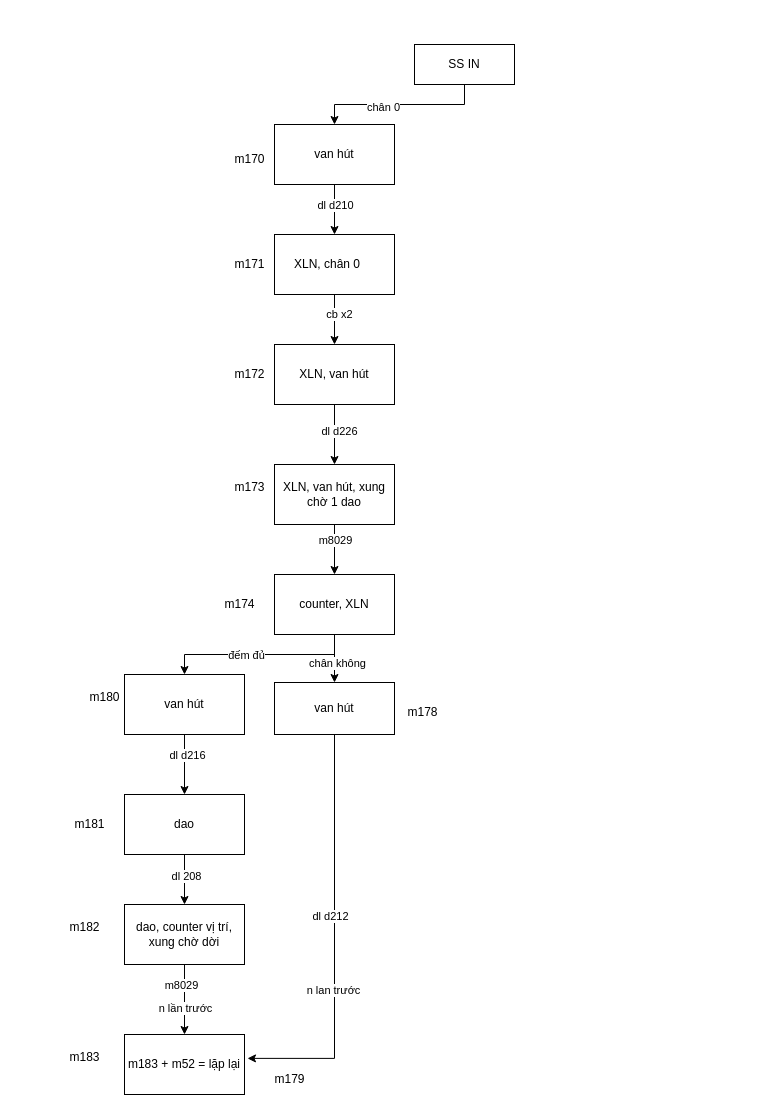
Earlier version of the draw.io diagram 1 dao.drawio (robowindgit/a0-quyencun). Source tidied: cells renumbered, new cells numbered last; positions are measured from the earlier drawing's top-left corner, leaving out a move shared by most shapes. Both pictures are drawn from the tidied source at 100%, with x=0, y=0 at pixel (59, 44).
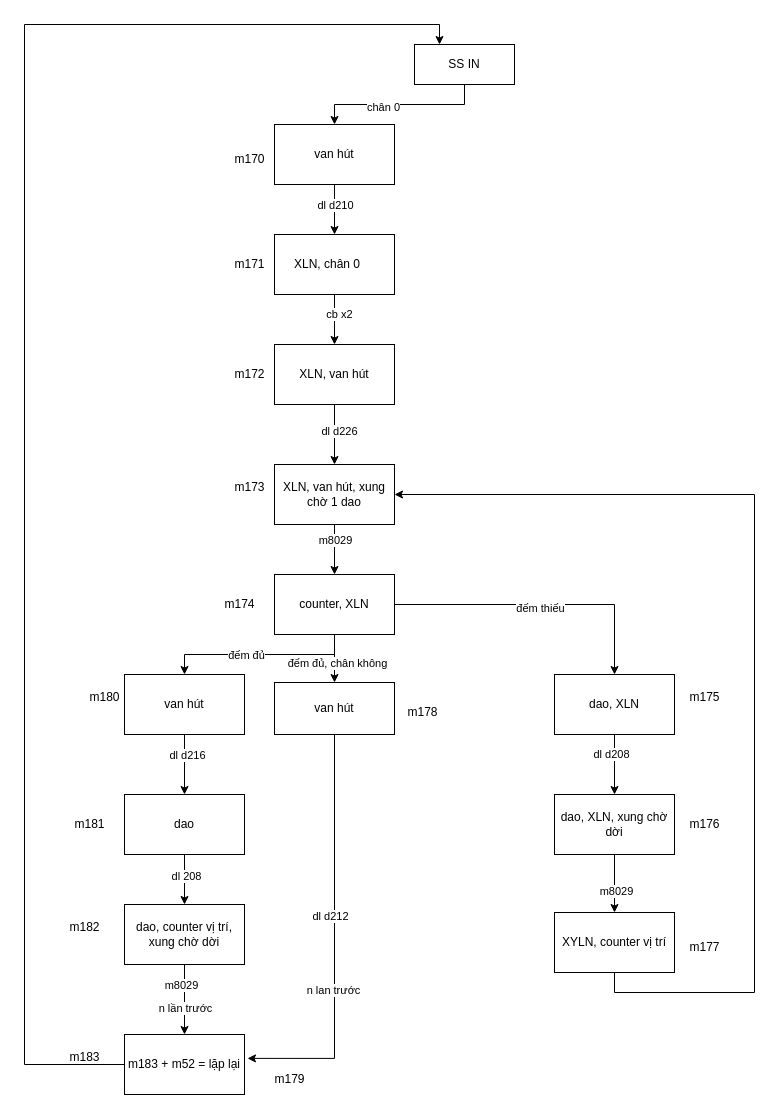
The same diagram, later.

Commit message (it also covers changes not shown here):
Cập nhật 1 dao.drawio

Unchanged cells that the change refers to:
```xml
<mxCell id="4" value="SS IN" style="whiteSpace=wrap;html=1;" parent="1" vertex="1">
  <mxGeometry x="355" width="100" height="40" as="geometry" />
</mxCell>
<mxCell id="19" value="XLN, van hút, xung chờ 1 dao" style="whiteSpace=wrap;html=1;" parent="1" vertex="1">
  <mxGeometry x="215" y="420" width="120" height="60" as="geometry" />
</mxCell>
<mxCell id="23" style="edgeStyle=orthogonalEdgeStyle;rounded=0;jettySize=auto;html=1;exitX=0.5;exitY=1;exitDx=0;exitDy=0;" parent="1" edge="1" source="25" target="45">
  <mxGeometry relative="1" as="geometry" />
</mxCell>
<mxCell id="25" value="counter, XLN" style="whiteSpace=wrap;html=1;" parent="1" vertex="1">
  <mxGeometry x="215" y="530" width="120" height="60" as="geometry" />
</mxCell>
<mxCell id="40" value="m183 + m52 = lặp lại" style="whiteSpace=wrap;html=1;" parent="1" vertex="1">
  <mxGeometry x="65" y="990" width="120" height="60" as="geometry" />
</mxCell>
```

The edit, as a diff of the source:
```diff
@@
-    <mxCell id="24" value="chân không" style="edgeLabel;html=1;align=center;verticalAlign=middle;" parent="23" vertex="1">
+    <mxCell id="24" value="đếm đủ, chân không" style="edgeLabel;html=1;align=center;verticalAlign=middle;" parent="23" vertex="1">
       <mxGeometry x="0.16" y="2" relative="1" as="geometry" />
     </mxCell>
+    <mxCell id="48" style="edgeStyle=orthogonalEdgeStyle;rounded=0;jettySize=auto;html=1;exitX=1;exitY=0.5;exitDx=0;exitDy=0;entryX=0.5;entryY=0;entryDx=0;entryDy=0;" parent="1" edge="1" source="25" target="53">
+      <mxGeometry relative="1" as="geometry" />
+    </mxCell>
+    <mxCell id="49" value="đếm thiếu" style="edgeLabel;html=1;align=center;verticalAlign=middle;" parent="48" vertex="1">
+      <mxGeometry y="-3" relative="1" as="geometry" />
+    </mxCell>
@@
+    <mxCell id="50" style="edgeStyle=orthogonalEdgeStyle;rounded=0;jettySize=auto;html=1;exitX=0;exitY=0.5;exitDx=0;exitDy=0;entryX=0.25;entryY=0;entryDx=0;entryDy=0;" parent="1" edge="1" source="40" target="4">
+      <mxGeometry relative="1" as="geometry">
+        <Array as="points">
+          <mxPoint x="-35" y="1020" />
+          <mxPoint x="-35" y="-20" />
+          <mxPoint x="380" y="-20" />
+        </Array>
+      </mxGeometry>
+    </mxCell>
@@
+    <mxCell id="51" style="edgeStyle=orthogonalEdgeStyle;rounded=0;jettySize=auto;html=1;exitX=0.5;exitY=1;exitDx=0;exitDy=0;" parent="1" edge="1" source="53" target="57">
+      <mxGeometry relative="1" as="geometry" />
+    </mxCell>
+    <mxCell id="52" value="dl d208" style="edgeLabel;html=1;align=center;verticalAlign=middle;" parent="51" vertex="1">
+      <mxGeometry x="-0.36" y="-4" relative="1" as="geometry" />
+    </mxCell>
+    <mxCell id="53" value="dao, XLN" style="whiteSpace=wrap;html=1;" parent="1" vertex="1">
+      <mxGeometry x="495" y="630" width="120" height="60" as="geometry" />
+    </mxCell>
+    <mxCell id="54" value="m175" style="text;html=1;align=center;verticalAlign=middle;strokeColor=none;fillColor=none;" parent="1" vertex="1">
+      <mxGeometry x="620" y="638" width="50" height="30" as="geometry" />
+    </mxCell>
+    <mxCell id="55" style="edgeStyle=orthogonalEdgeStyle;rounded=0;jettySize=auto;html=1;exitX=0.5;exitY=1;exitDx=0;exitDy=0;" parent="1" edge="1" source="57" target="60">
+      <mxGeometry relative="1" as="geometry" />
+    </mxCell>
+    <mxCell id="56" value="m8029" style="edgeLabel;html=1;align=center;verticalAlign=middle;" parent="55" vertex="1">
+      <mxGeometry x="0.24" y="1" relative="1" as="geometry" />
+    </mxCell>
+    <mxCell id="57" value="dao, XLN, xung chờ dời" style="whiteSpace=wrap;html=1;" parent="1" vertex="1">
+      <mxGeometry x="495" y="750" width="120" height="60" as="geometry" />
+    </mxCell>
+    <mxCell id="58" value="m176" style="text;html=1;align=center;verticalAlign=middle;strokeColor=none;fillColor=none;" parent="1" vertex="1">
+      <mxGeometry x="620" y="765" width="50" height="30" as="geometry" />
+    </mxCell>
+    <mxCell id="59" style="edgeStyle=orthogonalEdgeStyle;rounded=0;jettySize=auto;html=1;exitX=0.5;exitY=1;exitDx=0;exitDy=0;entryX=1;entryY=0.5;entryDx=0;entryDy=0;" parent="1" edge="1" source="60" target="19">
+      <mxGeometry relative="1" as="geometry">
+        <Array as="points">
+          <mxPoint x="555" y="948" />
+          <mxPoint x="695" y="948" />
+          <mxPoint x="695" y="450" />
+        </Array>
+      </mxGeometry>
+    </mxCell>
+    <mxCell id="60" value="XYLN, counter vị trí" style="whiteSpace=wrap;html=1;" parent="1" vertex="1">
+      <mxGeometry x="495" y="868" width="120" height="60" as="geometry" />
+    </mxCell>
+    <mxCell id="61" value="m177" style="text;html=1;align=center;verticalAlign=middle;strokeColor=none;fillColor=none;" parent="1" vertex="1">
+      <mxGeometry x="620" y="888" width="50" height="30" as="geometry" />
+    </mxCell>
```
